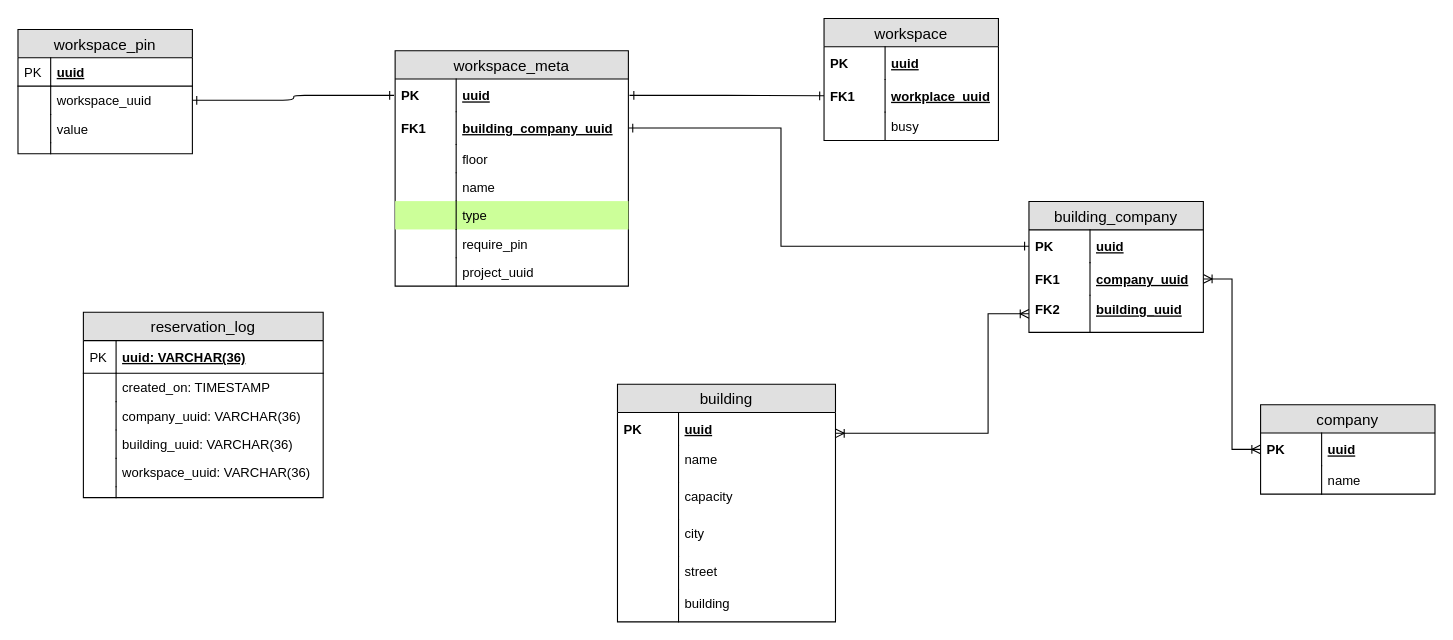
Above: workplace-reservation-service-erd.drawio in Hunkizzz/project-zebra-diagrams (draw.io), before the change. Source tidied: cells renumbered, new cells numbered last; positions are measured from the earlier drawing's top-left corner, leaving out a move shared by most shapes. Both pictures are drawn from the tidied source at 109%, with x=0, y=0 at pixel (17, 17).
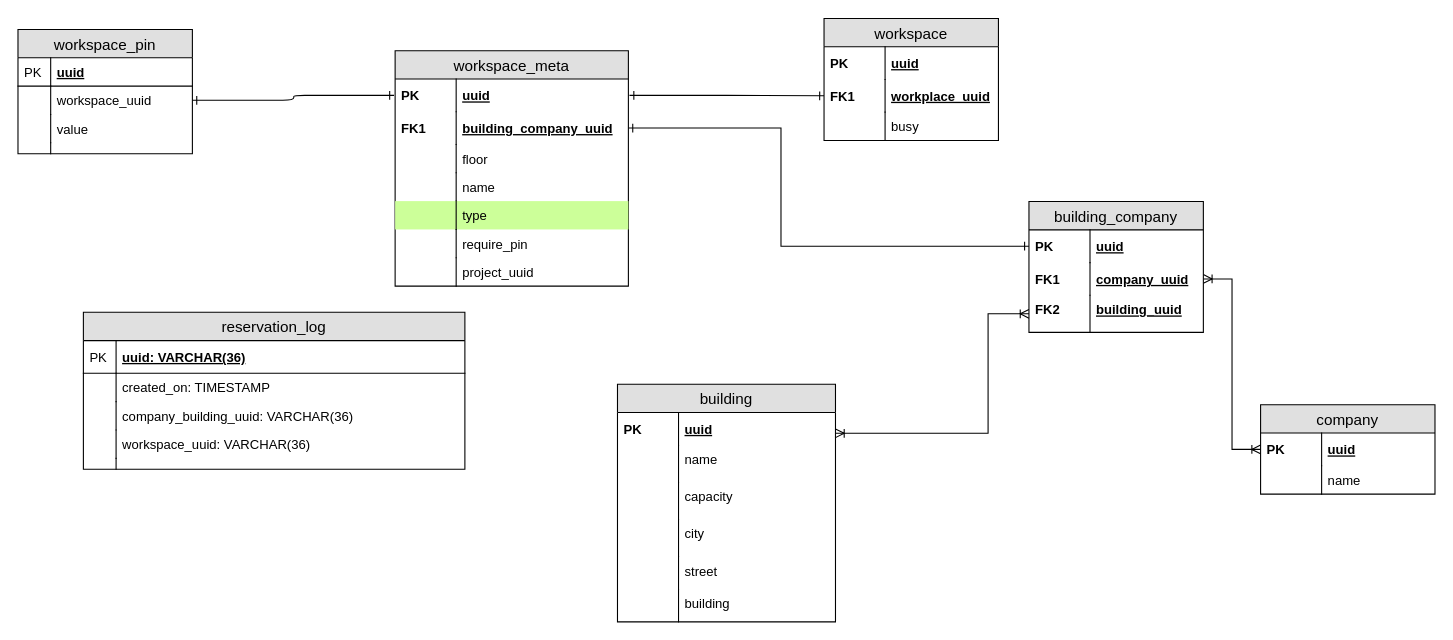
The same diagram, later.

What changed in the source:
```diff
@@
     <mxCell id="37" value="reservation_log" style="swimlane;fontStyle=0;horizontal=1;startSize=26;fillColor=#e0e0e0;swimlaneFillColor=#ffffff;align=center;fontSize=14;" parent="1" vertex="1">
-      <mxGeometry x="60" y="270" width="220" height="170" as="geometry" />
+      <mxGeometry x="60" y="270" width="350" height="144" as="geometry" />
     </mxCell>
     <mxCell id="38" value="uuid: VARCHAR(36)" style="shape=partialRectangle;top=0;left=0;right=0;bottom=1;align=left;verticalAlign=middle;fillColor=none;spacingLeft=34;spacingRight=4;overflow=hidden;fontStyle=5;fontSize=12;" parent="37" vertex="1">
-      <mxGeometry y="26" width="220" height="30" as="geometry" />
+      <mxGeometry y="26" width="350" height="30" as="geometry" />
     </mxCell>
@@
     <mxCell id="40" value="created_on: TIMESTAMP" style="shape=partialRectangle;top=0;left=0;right=0;bottom=0;align=left;verticalAlign=top;fillColor=none;spacingLeft=34;spacingRight=4;overflow=hidden;fontSize=12;" parent="37" vertex="1">
-      <mxGeometry y="56" width="220" height="26" as="geometry" />
+      <mxGeometry y="56" width="350" height="26" as="geometry" />
     </mxCell>
@@
-    <mxCell id="42" value="company_uuid: VARCHAR(36)" style="shape=partialRectangle;top=0;left=0;right=0;bottom=0;align=left;verticalAlign=top;fillColor=none;spacingLeft=34;spacingRight=4;overflow=hidden;fontSize=12;" parent="37" vertex="1">
-      <mxGeometry y="82" width="220" height="26" as="geometry" />
+    <mxCell id="42" value="company_building_uuid: VARCHAR(36)" style="shape=partialRectangle;top=0;left=0;right=0;bottom=0;align=left;verticalAlign=top;fillColor=none;spacingLeft=34;spacingRight=4;overflow=hidden;fontSize=12;" parent="37" vertex="1">
+      <mxGeometry y="82" width="350" height="26" as="geometry" />
     </mxCell>
@@
-    <mxCell id="44" value="building_uuid: VARCHAR(36)" style="shape=partialRectangle;top=0;left=0;right=0;bottom=0;align=left;verticalAlign=top;fillColor=none;spacingLeft=34;spacingRight=4;overflow=hidden;fontSize=12;" parent="37" vertex="1">
-      <mxGeometry y="108" width="220" height="26" as="geometry" />
-    </mxCell>
-    <mxCell id="45" style="shape=partialRectangle;top=0;left=0;bottom=0;fillColor=none;align=left;verticalAlign=top;spacingLeft=4;spacingRight=4;overflow=hidden;fontSize=12;" parent="44" vertex="1">
-      <mxGeometry width="30" height="26" as="geometry" />
-    </mxCell>
     <mxCell id="46" value="workspace_uuid: VARCHAR(36)" style="shape=partialRectangle;top=0;left=0;right=0;bottom=0;align=left;verticalAlign=top;fillColor=none;spacingLeft=34;spacingRight=4;overflow=hidden;fontSize=12;" parent="37" vertex="1">
-      <mxGeometry y="134" width="220" height="26" as="geometry" />
+      <mxGeometry y="108" width="350" height="26" as="geometry" />
     </mxCell>
@@
     <mxCell id="48" style="shape=partialRectangle;top=0;left=0;right=0;bottom=0;align=left;verticalAlign=top;fillColor=none;spacingLeft=34;spacingRight=4;overflow=hidden;fontSize=12;" parent="37" vertex="1">
-      <mxGeometry y="160" width="220" height="10" as="geometry" />
+      <mxGeometry y="134" width="350" height="10" as="geometry" />
     </mxCell>
```
